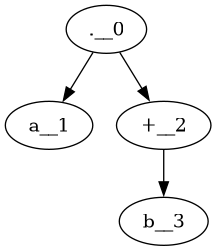
This is arbre_syntaxique.png from Daniel-Sima/Clone-of-the-egrep-UNIX-command, a Graphviz export, as it was before one commit. Its source is kept beside it as arbre_syntaxique.dot.
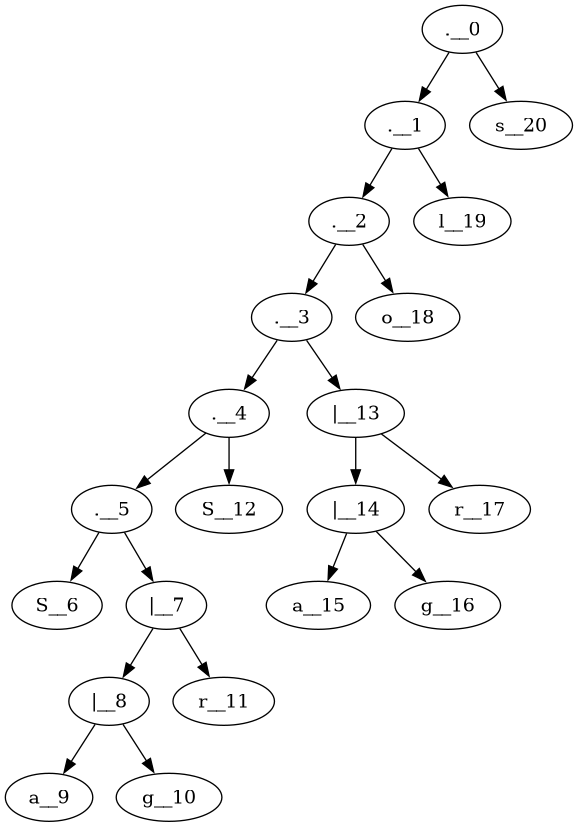
The same diagram one commit later.

Diff of the diagram source:
```diff
@@ -1,5 +1,22 @@
 digraph {
-	".__0"->a__1
-	".__0"->"+__2"
-	"+__2"->b__3
+	".__0"->".__1"
+	".__1"->".__2"
+	".__2"->".__3"
+	".__3"->".__4"
+	".__4"->".__5"
+	".__5"->"S__6"
+	".__5"->"|__7"
+	"|__7"->"|__8"
+	"|__8"->"a__9"
+	"|__8"->"g__10"
+	"|__7"->"r__11"
+	".__4"->"S__12"
+	".__3"->"|__13"
+	"|__13"->"|__14"
+	"|__14"->"a__15"
+	"|__14"->"g__16"
+	"|__13"->"r__17"
+	".__2"->"o__18"
+	".__1"->"l__19"
+	".__0"->"s__20"
 }
```
